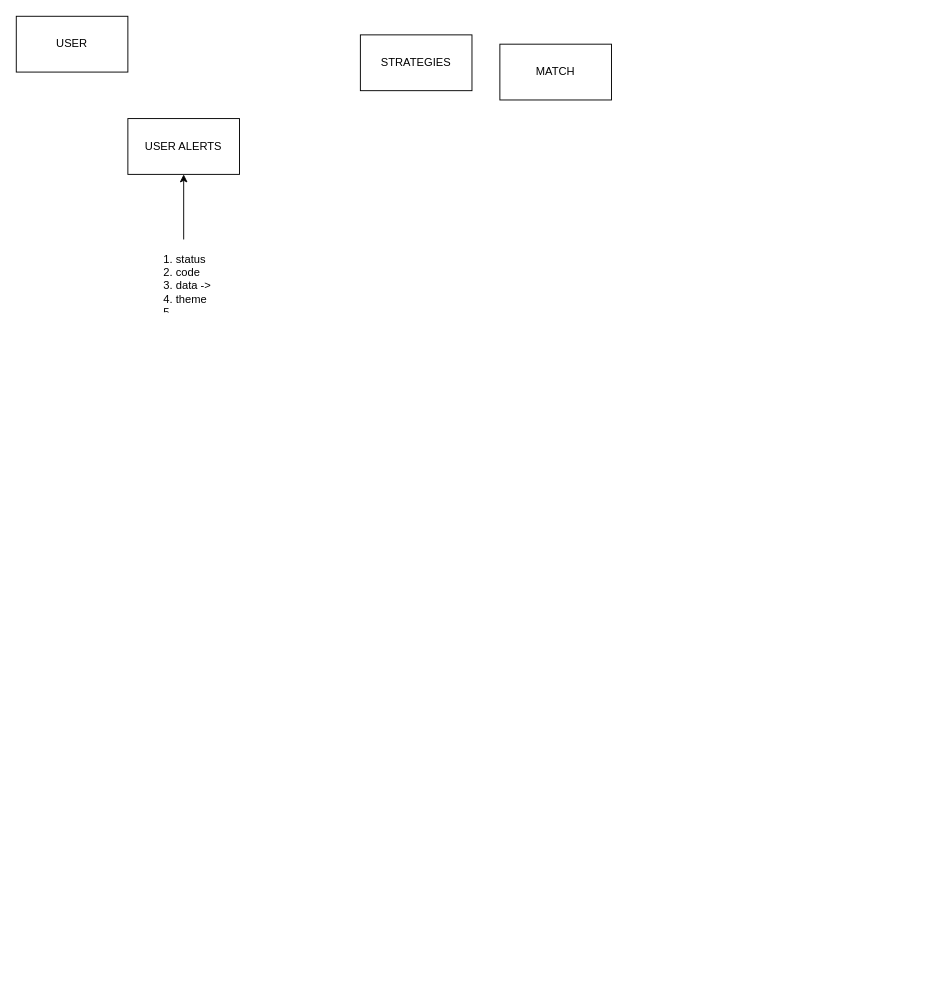
serhatopcu/trademen keeps this draw.io diagram as trademen-uml.drawio. Above is the earlier version. Source tidied: cells renumbered, new cells numbered last; positions are measured from the earlier drawing's top-left corner, leaving out a move shared by most shapes. Both pictures are drawn from the tidied source at 93%, with x=0, y=0 at pixel (16, 16).
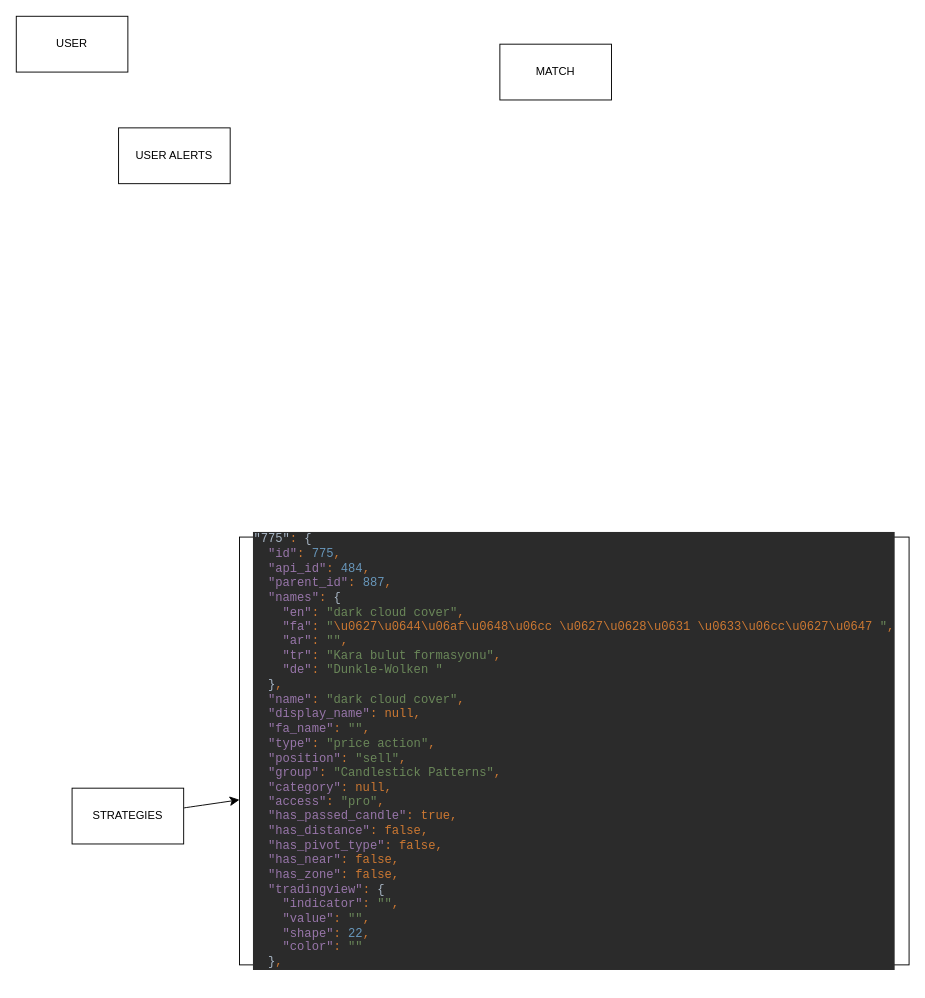
The same page after the edit.

The edit, as a diff of the source:
```diff
@@
 <mxGraphModel>
   <root>
     <mxCell id="0" />
     <mxCell id="1" parent="0" />
     <mxCell id="2" value="MATCH" style="rounded=0;whiteSpace=wrap;html=1;" parent="1" vertex="1">
       <mxGeometry x="520" y="30" width="120" height="60" as="geometry" />
     </mxCell>
     <mxCell id="3" value="USER" style="rounded=0;whiteSpace=wrap;html=1;" parent="1" vertex="1">
       <mxGeometry width="120" height="60" as="geometry" />
     </mxCell>
+    <mxCell id="8" style="edgeStyle=none;curved=1;rounded=0;jettySize=auto;html=1;fontSize=12;startSize=8;endSize=8;" parent="1" edge="1" source="4" target="9">
+      <mxGeometry relative="1" as="geometry" />
+    </mxCell>
     <mxCell id="4" value="STRATEGIES" style="rounded=0;whiteSpace=wrap;html=1;" parent="1" vertex="1">
-      <mxGeometry x="370" y="20" width="120" height="60" as="geometry" />
+      <mxGeometry x="60" y="830" width="120" height="60" as="geometry" />
     </mxCell>
     <mxCell id="5" value="USER ALERTS" style="rounded=0;whiteSpace=wrap;html=1;" parent="1" vertex="1">
-      <mxGeometry x="120" y="110" width="120" height="60" as="geometry" />
+      <mxGeometry x="110" y="120" width="120" height="60" as="geometry" />
     </mxCell>
-    <mxCell id="6" style="edgeStyle=orthogonalEdgeStyle;rounded=0;jettySize=auto;html=1;entryX=0.5;entryY=1;entryDx=0;entryDy=0;" parent="1" edge="1" source="7" target="5">
-      <mxGeometry relative="1" as="geometry" />
-    </mxCell>
-    <mxCell id="7" value="&lt;ol&gt;&lt;li&gt;status&lt;/li&gt;&lt;li&gt;code&lt;/li&gt;&lt;li&gt;data -&amp;gt;&lt;/li&gt;&lt;li&gt;theme&lt;/li&gt;&lt;li&gt;&lt;br&gt;&lt;/li&gt;&lt;/ol&gt;" style="text;strokeColor=none;fillColor=none;html=1;whiteSpace=wrap;verticalAlign=middle;overflow=hidden;" parent="1" vertex="1">
-      <mxGeometry x="130" y="240" width="100" height="80" as="geometry" />
-    </mxCell>
+    <mxCell id="9" value="&lt;div style=&quot;text-align: start; background-color: rgb(43, 43, 43); color: rgb(169, 183, 198); font-family: &amp;quot;JetBrains Mono&amp;quot;, monospace; font-size: 9.8pt;&quot;&gt;&lt;pre&gt;&quot;775&quot;&lt;span style=&quot;color: rgb(204, 120, 50);&quot;&gt;: &lt;/span&gt;{&lt;br&gt;  &lt;span style=&quot;color: rgb(152, 118, 170);&quot;&gt;&quot;id&quot;&lt;/span&gt;&lt;span style=&quot;color: rgb(204, 120, 50);&quot;&gt;: &lt;/span&gt;&lt;span style=&quot;color: rgb(104, 151, 187);&quot;&gt;775&lt;/span&gt;&lt;span style=&quot;color: rgb(204, 120, 50);&quot;&gt;,&lt;br&gt;&lt;/span&gt;&lt;span style=&quot;color: rgb(204, 120, 50);&quot;&gt;  &lt;/span&gt;&lt;span style=&quot;color: rgb(152, 118, 170);&quot;&gt;&quot;api_id&quot;&lt;/span&gt;&lt;span style=&quot;color: rgb(204, 120, 50);&quot;&gt;: &lt;/span&gt;&lt;span style=&quot;color: rgb(104, 151, 187);&quot;&gt;484&lt;/span&gt;&lt;span style=&quot;color: rgb(204, 120, 50);&quot;&gt;,&lt;br&gt;&lt;/span&gt;&lt;span style=&quot;color: rgb(204, 120, 50);&quot;&gt;  &lt;/span&gt;&lt;span style=&quot;color: rgb(152, 118, 170);&quot;&gt;&quot;parent_id&quot;&lt;/span&gt;&lt;span style=&quot;color: rgb(204, 120, 50);&quot;&gt;: &lt;/span&gt;&lt;span style=&quot;color: rgb(104, 151, 187);&quot;&gt;887&lt;/span&gt;&lt;span style=&quot;color: rgb(204, 120, 50);&quot;&gt;,&lt;br&gt;&lt;/span&gt;&lt;span style=&quot;color: rgb(204, 120, 50);&quot;&gt;  &lt;/span&gt;&lt;span style=&quot;color: rgb(152, 118, 170);&quot;&gt;&quot;names&quot;&lt;/span&gt;&lt;span style=&quot;color: rgb(204, 120, 50);&quot;&gt;: &lt;/span&gt;{&lt;br&gt;    &lt;span style=&quot;color: rgb(152, 118, 170);&quot;&gt;&quot;en&quot;&lt;/span&gt;&lt;span style=&quot;color: rgb(204, 120, 50);&quot;&gt;: &lt;/span&gt;&lt;span style=&quot;color: rgb(106, 135, 89);&quot;&gt;&quot;dark cloud cover&quot;&lt;/span&gt;&lt;span style=&quot;color: rgb(204, 120, 50);&quot;&gt;,&lt;br&gt;&lt;/span&gt;&lt;span style=&quot;color: rgb(204, 120, 50);&quot;&gt;    &lt;/span&gt;&lt;span style=&quot;color: rgb(152, 118, 170);&quot;&gt;&quot;fa&quot;&lt;/span&gt;&lt;span style=&quot;color: rgb(204, 120, 50);&quot;&gt;: &lt;/span&gt;&lt;span style=&quot;color: rgb(106, 135, 89);&quot;&gt;&quot;&lt;/span&gt;&lt;span style=&quot;color: rgb(204, 120, 50);&quot;&gt;\u0627\u0644\u06af\u0648\u06cc \u0627\u0628\u0631 \u0633\u06cc\u0627\u0647&lt;/span&gt;&lt;span style=&quot;color: rgb(106, 135, 89);&quot;&gt; &quot;&lt;/span&gt;&lt;span style=&quot;color: rgb(204, 120, 50);&quot;&gt;,&lt;br&gt;&lt;/span&gt;&lt;span style=&quot;color: rgb(204, 120, 50);&quot;&gt;    &lt;/span&gt;&lt;span style=&quot;color: rgb(152, 118, 170);&quot;&gt;&quot;ar&quot;&lt;/span&gt;&lt;span style=&quot;color: rgb(204, 120, 50);&quot;&gt;: &lt;/span&gt;&lt;span style=&quot;color: rgb(106, 135, 89);&quot;&gt;&quot;&quot;&lt;/span&gt;&lt;span style=&quot;color: rgb(204, 120, 50);&quot;&gt;,&lt;br&gt;&lt;/span&gt;&lt;span style=&quot;color: rgb(204, 120, 50);&quot;&gt;    &lt;/span&gt;&lt;span style=&quot;color: rgb(152, 118, 170);&quot;&gt;&quot;tr&quot;&lt;/span&gt;&lt;span style=&quot;color: rgb(204, 120, 50);&quot;&gt;: &lt;/span&gt;&lt;span style=&quot;color: rgb(106, 135, 89);&quot;&gt;&quot;Kara bulut formasyonu&quot;&lt;/span&gt;&lt;span style=&quot;color: rgb(204, 120, 50);&quot;&gt;,&lt;br&gt;&lt;/span&gt;&lt;span style=&quot;color: rgb(204, 120, 50);&quot;&gt;    &lt;/span&gt;&lt;span style=&quot;color: rgb(152, 118, 170);&quot;&gt;&quot;de&quot;&lt;/span&gt;&lt;span style=&quot;color: rgb(204, 120, 50);&quot;&gt;: &lt;/span&gt;&lt;span style=&quot;color: rgb(106, 135, 89);&quot;&gt;&quot;Dunkle-Wolken &quot;&lt;br&gt;&lt;/span&gt;&lt;span style=&quot;color: rgb(106, 135, 89);&quot;&gt;  &lt;/span&gt;}&lt;span style=&quot;color: rgb(204, 120, 50);&quot;&gt;,&lt;br&gt;&lt;/span&gt;&lt;span style=&quot;color: rgb(204, 120, 50);&quot;&gt;  &lt;/span&gt;&lt;span style=&quot;color: rgb(152, 118, 170);&quot;&gt;&quot;name&quot;&lt;/span&gt;&lt;span style=&quot;color: rgb(204, 120, 50);&quot;&gt;: &lt;/span&gt;&lt;span style=&quot;color: rgb(106, 135, 89);&quot;&gt;&quot;dark cloud cover&quot;&lt;/span&gt;&lt;span style=&quot;color: rgb(204, 120, 50);&quot;&gt;,&lt;br&gt;&lt;/span&gt;&lt;span style=&quot;color: rgb(204, 120, 50);&quot;&gt;  &lt;/span&gt;&lt;span style=&quot;color: rgb(152, 118, 170);&quot;&gt;&quot;display_name&quot;&lt;/span&gt;&lt;span style=&quot;color: rgb(204, 120, 50);&quot;&gt;: null,&lt;br&gt;&lt;/span&gt;&lt;span style=&quot;color: rgb(204, 120, 50);&quot;&gt;  &lt;/span&gt;&lt;span style=&quot;color: rgb(152, 118, 170);&quot;&gt;&quot;fa_name&quot;&lt;/span&gt;&lt;span style=&quot;color: rgb(204, 120, 50);&quot;&gt;: &lt;/span&gt;&lt;span style=&quot;color: rgb(106, 135, 89);&quot;&gt;&quot;&quot;&lt;/span&gt;&lt;span style=&quot;color: rgb(204, 120, 50);&quot;&gt;,&lt;br&gt;&lt;/span&gt;&lt;span style=&quot;color: rgb(204, 120, 50);&quot;&gt;  &lt;/span&gt;&lt;span style=&quot;color: rgb(152, 118, 170);&quot;&gt;&quot;type&quot;&lt;/span&gt;&lt;span style=&quot;color: rgb(204, 120, 50);&quot;&gt;: &lt;/span&gt;&lt;span style=&quot;color: rgb(106, 135, 89);&quot;&gt;&quot;price action&quot;&lt;/span&gt;&lt;span style=&quot;color: rgb(204, 120, 50);&quot;&gt;,&lt;br&gt;&lt;/span&gt;&lt;span style=&quot;color: rgb(204, 120, 50);&quot;&gt;  &lt;/span&gt;&lt;span style=&quot;color: rgb(152, 118, 170);&quot;&gt;&quot;position&quot;&lt;/span&gt;&lt;span style=&quot;color: rgb(204, 120, 50);&quot;&gt;: &lt;/span&gt;&lt;span style=&quot;color: rgb(106, 135, 89);&quot;&gt;&quot;sell&quot;&lt;/span&gt;&lt;span style=&quot;color: rgb(204, 120, 50);&quot;&gt;,&lt;br&gt;&lt;/span&gt;&lt;span style=&quot;color: rgb(204, 120, 50);&quot;&gt;  &lt;/span&gt;&lt;span style=&quot;color: rgb(152, 118, 170);&quot;&gt;&quot;group&quot;&lt;/span&gt;&lt;span style=&quot;color: rgb(204, 120, 50);&quot;&gt;: &lt;/span&gt;&lt;span style=&quot;color: rgb(106, 135, 89);&quot;&gt;&quot;Candlestick Patterns&quot;&lt;/span&gt;&lt;span style=&quot;color: rgb(204, 120, 50);&quot;&gt;,&lt;br&gt;&lt;/span&gt;&lt;span style=&quot;color: rgb(204, 120, 50);&quot;&gt;  &lt;/span&gt;&lt;span style=&quot;color: rgb(152, 118, 170);&quot;&gt;&quot;category&quot;&lt;/span&gt;&lt;span style=&quot;color: rgb(204, 120, 50);&quot;&gt;: null,&lt;br&gt;&lt;/span&gt;&lt;span style=&quot;color: rgb(204, 120, 50);&quot;&gt;  &lt;/span&gt;&lt;span style=&quot;color: rgb(152, 118, 170);&quot;&gt;&quot;access&quot;&lt;/span&gt;&lt;span style=&quot;color: rgb(204, 120, 50);&quot;&gt;: &lt;/span&gt;&lt;span style=&quot;color: rgb(106, 135, 89);&quot;&gt;&quot;pro&quot;&lt;/span&gt;&lt;span style=&quot;color: rgb(204, 120, 50);&quot;&gt;,&lt;br&gt;&lt;/span&gt;&lt;span style=&quot;color: rgb(204, 120, 50);&quot;&gt;  &lt;/span&gt;&lt;span style=&quot;color: rgb(152, 118, 170);&quot;&gt;&quot;has_passed_candle&quot;&lt;/span&gt;&lt;span style=&quot;color: rgb(204, 120, 50);&quot;&gt;: true,&lt;br&gt;&lt;/span&gt;&lt;span style=&quot;color: rgb(204, 120, 50);&quot;&gt;  &lt;/span&gt;&lt;span style=&quot;color: rgb(152, 118, 170);&quot;&gt;&quot;has_distance&quot;&lt;/span&gt;&lt;span style=&quot;color: rgb(204, 120, 50);&quot;&gt;: false,&lt;br&gt;&lt;/span&gt;&lt;span style=&quot;color: rgb(204, 120, 50);&quot;&gt;  &lt;/span&gt;&lt;span style=&quot;color: rgb(152, 118, 170);&quot;&gt;&quot;has_pivot_type&quot;&lt;/span&gt;&lt;span style=&quot;color: rgb(204, 120, 50);&quot;&gt;: false,&lt;br&gt;&lt;/span&gt;&lt;span style=&quot;color: rgb(204, 120, 50);&quot;&gt;  &lt;/span&gt;&lt;span style=&quot;color: rgb(152, 118, 170);&quot;&gt;&quot;has_near&quot;&lt;/span&gt;&lt;span style=&quot;color: rgb(204, 120, 50);&quot;&gt;: false,&lt;br&gt;&lt;/span&gt;&lt;span style=&quot;color: rgb(204, 120, 50);&quot;&gt;  &lt;/span&gt;&lt;span style=&quot;color: rgb(152, 118, 170);&quot;&gt;&quot;has_zone&quot;&lt;/span&gt;&lt;span style=&quot;color: rgb(204, 120, 50);&quot;&gt;: false,&lt;br&gt;&lt;/span&gt;&lt;span style=&quot;color: rgb(204, 120, 50);&quot;&gt;  &lt;/span&gt;&lt;span style=&quot;color: rgb(152, 118, 170);&quot;&gt;&quot;tradingview&quot;&lt;/span&gt;&lt;span style=&quot;color: rgb(204, 120, 50);&quot;&gt;: &lt;/span&gt;{&lt;br&gt;    &lt;span style=&quot;color: rgb(152, 118, 170);&quot;&gt;&quot;indicator&quot;&lt;/span&gt;&lt;span style=&quot;color: rgb(204, 120, 50);&quot;&gt;: &lt;/span&gt;&lt;span style=&quot;color: rgb(106, 135, 89);&quot;&gt;&quot;&quot;&lt;/span&gt;&lt;span style=&quot;color: rgb(204, 120, 50);&quot;&gt;,&lt;br&gt;&lt;/span&gt;&lt;span style=&quot;color: rgb(204, 120, 50);&quot;&gt;    &lt;/span&gt;&lt;span style=&quot;color: rgb(152, 118, 170);&quot;&gt;&quot;value&quot;&lt;/span&gt;&lt;span style=&quot;color: rgb(204, 120, 50);&quot;&gt;: &lt;/span&gt;&lt;span style=&quot;color: rgb(106, 135, 89);&quot;&gt;&quot;&quot;&lt;/span&gt;&lt;span style=&quot;color: rgb(204, 120, 50);&quot;&gt;,&lt;br&gt;&lt;/span&gt;&lt;span style=&quot;color: rgb(204, 120, 50);&quot;&gt;    &lt;/span&gt;&lt;span style=&quot;color: rgb(152, 118, 170);&quot;&gt;&quot;shape&quot;&lt;/span&gt;&lt;span style=&quot;color: rgb(204, 120, 50);&quot;&gt;: &lt;/span&gt;&lt;span style=&quot;color: rgb(104, 151, 187);&quot;&gt;22&lt;/span&gt;&lt;span style=&quot;color: rgb(204, 120, 50);&quot;&gt;,&lt;br&gt;&lt;/span&gt;&lt;span style=&quot;color: rgb(204, 120, 50);&quot;&gt;    &lt;/span&gt;&lt;span style=&quot;color: rgb(152, 118, 170);&quot;&gt;&quot;color&quot;&lt;/span&gt;&lt;span style=&quot;color: rgb(204, 120, 50);&quot;&gt;: &lt;/span&gt;&lt;span style=&quot;color: rgb(106, 135, 89);&quot;&gt;&quot;&quot;&lt;br&gt;&lt;/span&gt;&lt;span style=&quot;color: rgb(106, 135, 89);&quot;&gt;  &lt;/span&gt;}&lt;span style=&quot;color: rgb(204, 120, 50);&quot;&gt;,&lt;/span&gt;&lt;/pre&gt;&lt;/div&gt;" style="whiteSpace=wrap;html=1;rounded=0;fontSize=16;" parent="1" vertex="1">
+      <mxGeometry x="240" y="560" width="720" height="460" as="geometry" />
+    </mxCell>
   </root>
 </mxGraphModel>
```
